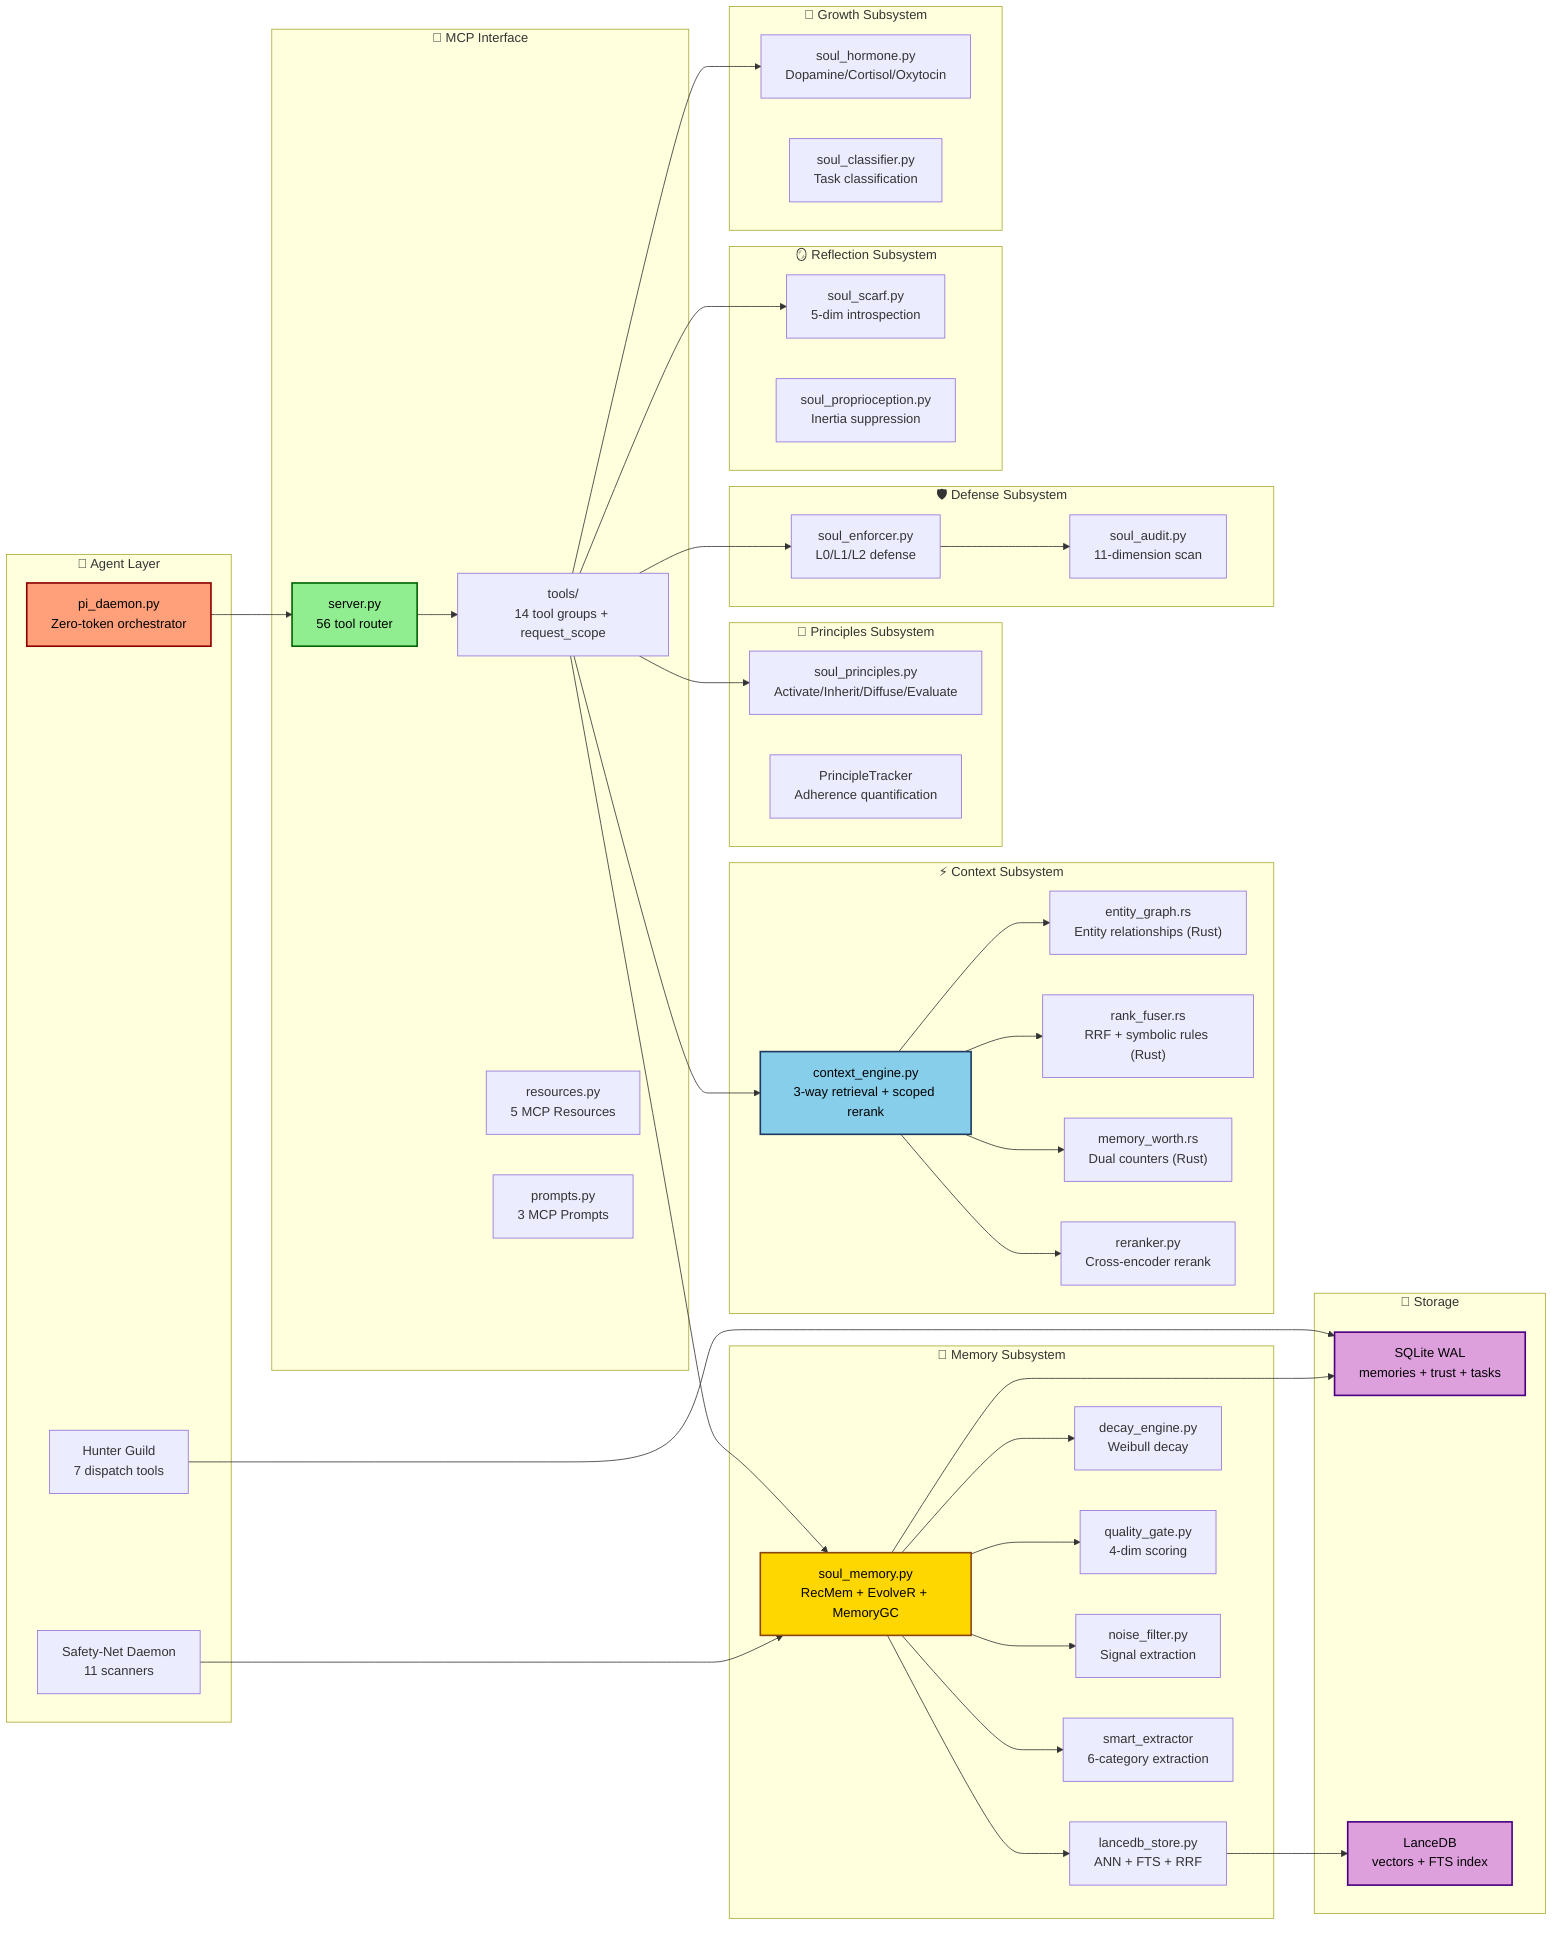
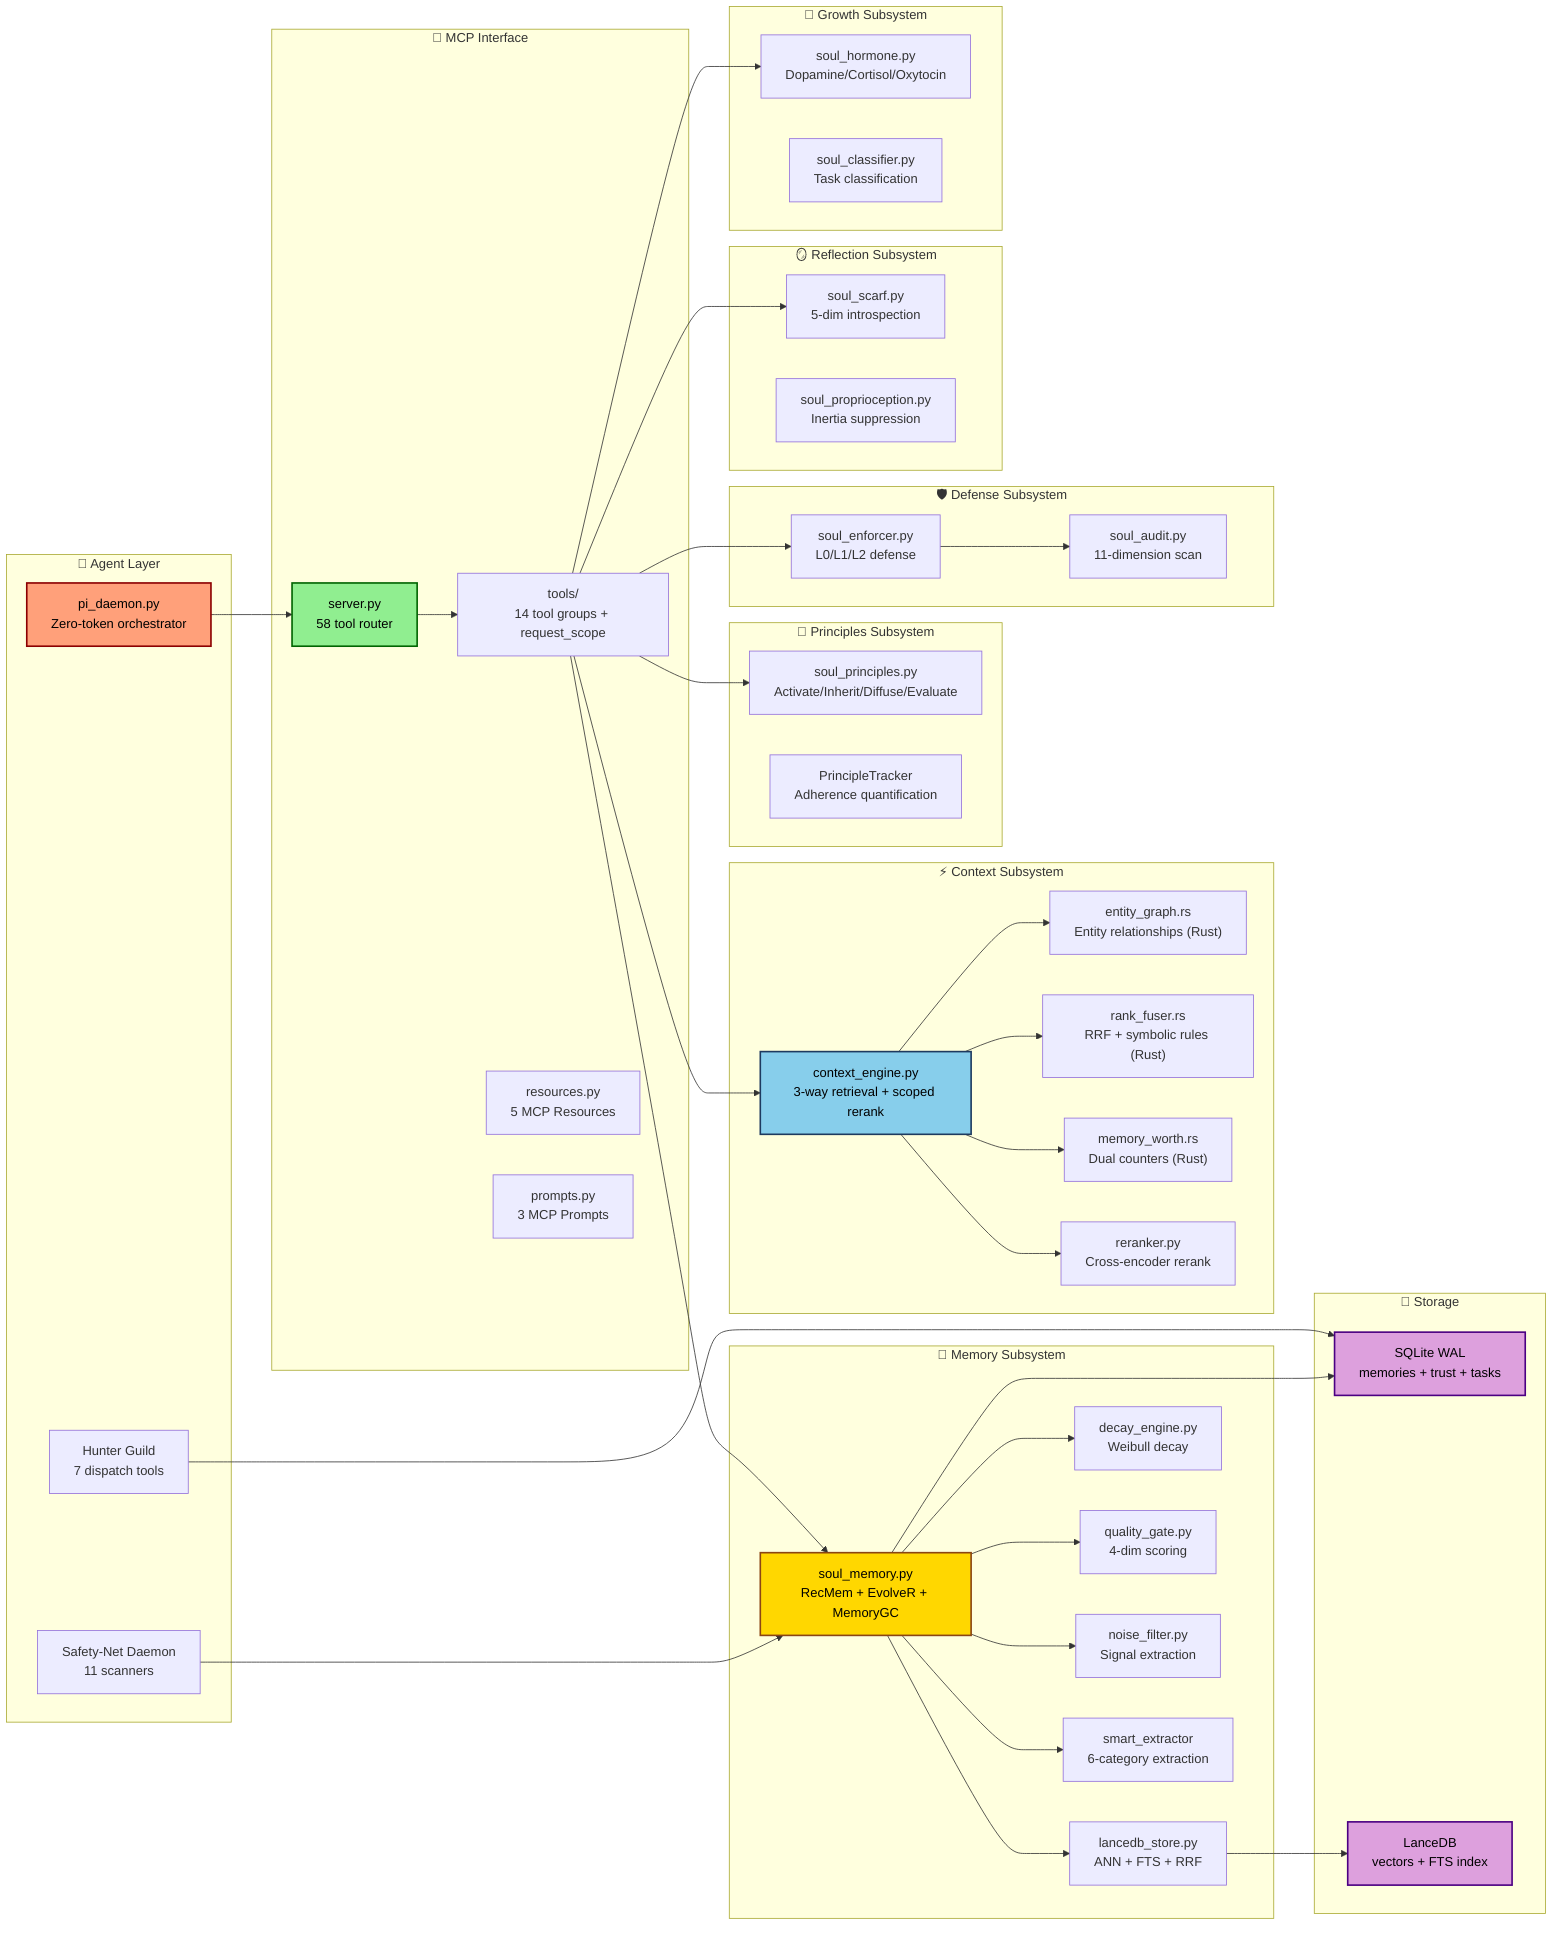
graph LR
    subgraph "🧠 Memory Subsystem"
        SM["soul_memory.py<br/>RecMem + EvolveR + MemoryGC"]
        LB["lancedb_store.py<br/>ANN + FTS + RRF"]
        DE["decay_engine.py<br/>Weibull decay"]
        QG["quality_gate.py<br/>4-dim scoring"]
        NF["noise_filter.py<br/>Signal extraction"]
        SE["smart_extractor<br/>6-category extraction"]
    end

    subgraph "⚡ Context Subsystem"
        CTX["context_engine.py<br/>3-way retrieval + scoped rerank"]
        EG["entity_graph.rs<br/>Entity relationships (Rust)"]
        RF["rank_fuser.rs<br/>RRF + symbolic rules (Rust)"]
        MW["memory_worth.rs<br/>Dual counters (Rust)"]
        RERANK["reranker.py<br/>Cross-encoder rerank"]
    end

    subgraph "📜 Principles Subsystem"
        SP["soul_principles.py<br/>Activate/Inherit/Diffuse/Evaluate"]
        PT["PrincipleTracker<br/>Adherence quantification"]
    end

    subgraph "🛡️ Defense Subsystem"
        SENF["soul_enforcer.py<br/>L0/L1/L2 defense"]
        SAUD["soul_audit.py<br/>11-dimension scan"]
    end

    subgraph "🪞 Reflection Subsystem"
        SCARF["soul_scarf.py<br/>5-dim introspection"]
        PROP["soul_proprioception.py<br/>Inertia suppression"]
    end

    subgraph "💪 Growth Subsystem"
        SH["soul_hormone.py<br/>Dopamine/Cortisol/Oxytocin"]
        SCLS["soul_classifier.py<br/>Task classification"]
    end

    subgraph "🔌 MCP Interface"
-         SRV["server.py<br/>56 tool router"]
+         SRV["server.py<br/>58 tool router"]
        TOOLS["tools/<br/>14 tool groups + request_scope"]
        RES["resources.py<br/>5 MCP Resources"]
        PROMPTS["prompts.py<br/>3 MCP Prompts"]
    end

    subgraph "🤖 Agent Layer"
        DAEMON["pi_daemon.py<br/>Zero-token orchestrator"]
        SAFETY["Safety-Net Daemon<br/>11 scanners"]
        GUILD["Hunter Guild<br/>7 dispatch tools"]
    end

    subgraph "💾 Storage"
        SQL["SQLite WAL<br/>memories + trust + tasks"]
        LDB["LanceDB<br/>vectors + FTS index"]
    end

    SRV --> TOOLS
    TOOLS --> SM
    TOOLS --> SP
    TOOLS --> CTX
    TOOLS --> SENF
    TOOLS --> SCARF
    TOOLS --> SH

    SM --> LB
    SM --> DE
    SM --> QG
    SM --> NF
    SM --> SE
    CTX --> EG
    CTX --> RF
    CTX --> MW
    CTX --> RERANK
    SENF --> SAUD
    DAEMON --> SRV
    SAFETY --> SM
    GUILD --> SQL
    LB --> LDB
    SM --> SQL

    style SM fill:#FFD700,stroke:#8B4513,stroke-width:2px,color:#000
    style CTX fill:#87CEEB,stroke:#1E3A5F,stroke-width:2px,color:#000
    style SRV fill:#90EE90,stroke:#006400,stroke-width:2px,color:#000
    style DAEMON fill:#FFA07A,stroke:#8B0000,stroke-width:2px,color:#000
    style SQL fill:#DDA0DD,stroke:#4B0082,stroke-width:2px,color:#000
    style LDB fill:#DDA0DD,stroke:#4B0082,stroke-width:2px,color:#000
